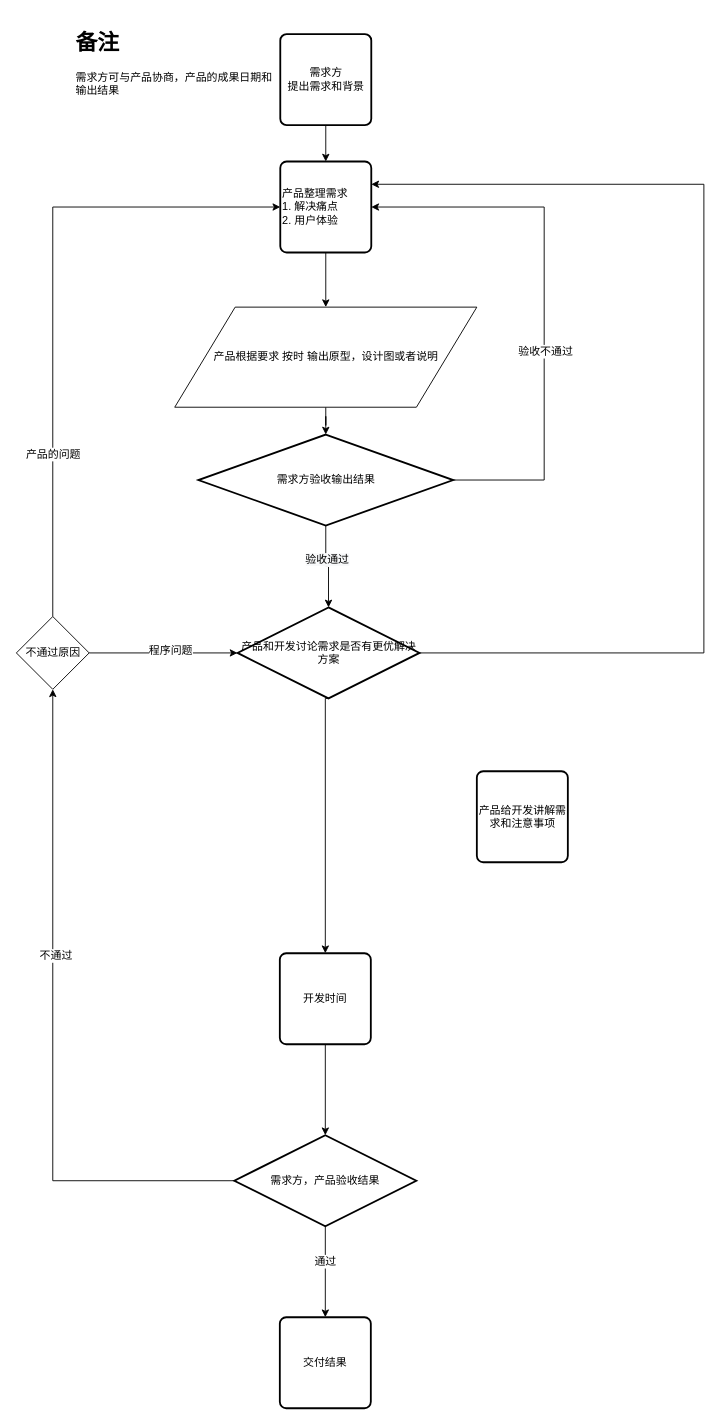
The draw.io diagram IdeaToProduct.drawio in maclxf/ProjectDraw, before the edit. Source tidied: cells renumbered, new cells numbered last; positions are measured from the earlier drawing's top-left corner, leaving out a move shared by most shapes. Both pictures are drawn from the tidied source at 91%, with x=0, y=0 at pixel (15, 25).
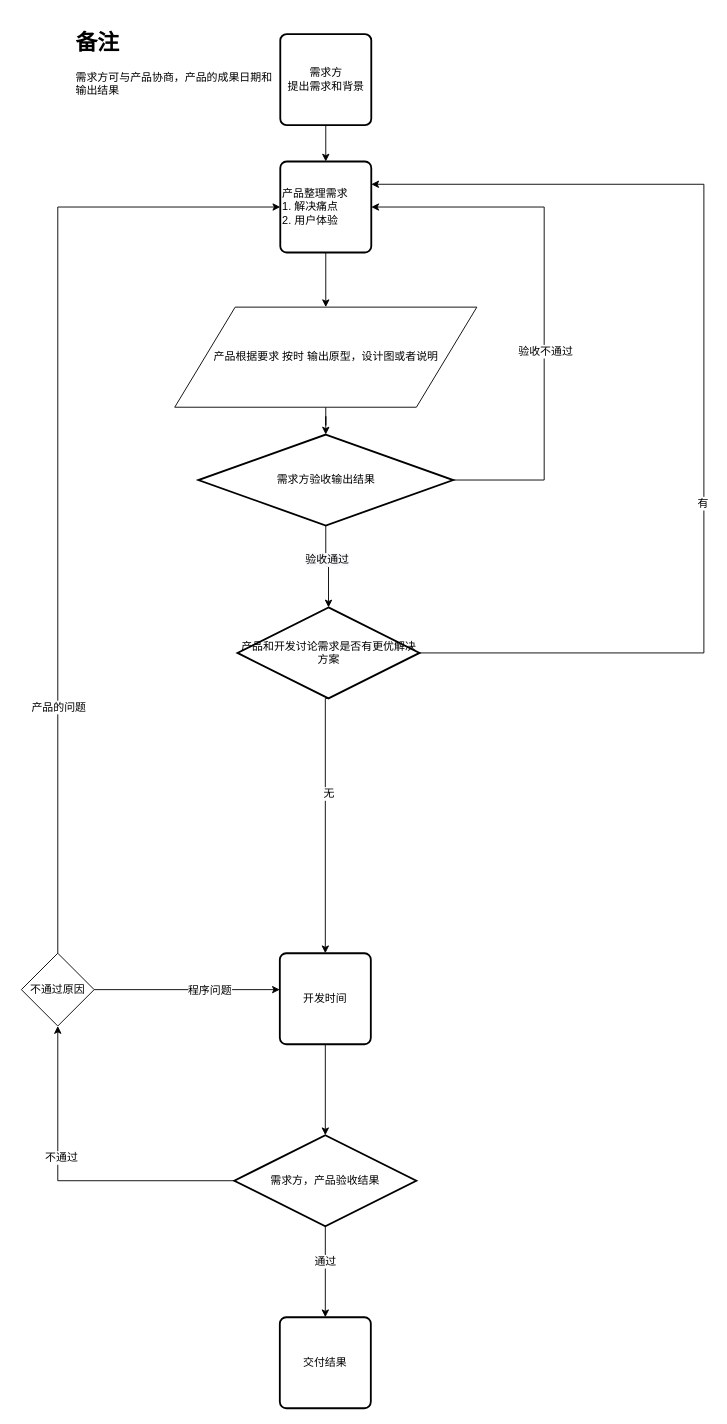
The same page after the edit.

The change refers to these unchanged cells:
```xml
<mxCell id="13" style="edgeStyle=orthogonalEdgeStyle;rounded=0;jettySize=auto;html=1;exitX=0.5;exitY=1;exitDx=0;exitDy=0;exitPerimeter=0;" parent="1" edge="1" source="30" target="15">
  <mxGeometry relative="1" as="geometry">
    <Array as="points">
      <mxPoint x="340" y="740" />
    </Array>
  </mxGeometry>
</mxCell>
<mxCell id="15" value="开发时间" style="rounded=1;whiteSpace=wrap;html=1;absoluteArcSize=1;arcSize=14;strokeWidth=2;shadow=0;comic=0;" parent="1" vertex="1">
  <mxGeometry x="290" y="1020" width="100" height="100" as="geometry" />
</mxCell>
<mxCell id="29" style="edgeStyle=orthogonalEdgeStyle;rounded=0;jettySize=auto;html=1;entryX=1;entryY=0.25;entryDx=0;entryDy=0;" parent="1" edge="1" source="30" target="5">
  <mxGeometry relative="1" as="geometry">
    <Array as="points">
      <mxPoint x="756" y="690" />
      <mxPoint x="756" y="175" />
    </Array>
  </mxGeometry>
</mxCell>
<mxCell id="30" value="产品和开发讨论需求是否有更优解决方案" style="strokeWidth=2;html=1;shape=mxgraph.flowchart.decision;whiteSpace=wrap;shadow=0;comic=0;" parent="1" vertex="1">
  <mxGeometry x="243.5" y="640" width="200" height="100" as="geometry" />
</mxCell>
```

The edit, as a diff of the source:
```diff
@@
+    <mxCell id="31" value="无" style="text;html=1;align=center;verticalAlign=middle;labelBackgroundColor=#ffffff;" parent="13" vertex="1">
+      <mxGeometry x="-0.24" y="3" relative="1" as="geometry" />
+    </mxCell>
@@
-    <mxCell id="23" style="edgeStyle=orthogonalEdgeStyle;rounded=0;jettySize=auto;html=1;exitX=1;exitY=0.5;exitDx=0;exitDy=0;entryX=0;entryY=0.5;entryDx=0;entryDy=0;entryPerimeter=0;" parent="1" edge="1" source="27" target="30">
-      <mxGeometry relative="1" as="geometry">
-        <Array as="points">
-          <mxPoint x="81" y="690" />
-        </Array>
-      </mxGeometry>
-    </mxCell>
-    <mxCell id="24" value="程序问题" style="text;html=1;align=center;verticalAlign=middle;labelBackgroundColor=#ffffff;" parent="23" vertex="1">
-      <mxGeometry x="0.09" y="3" relative="1" as="geometry" />
-    </mxCell>
@@
+    <mxCell id="32" style="edgeStyle=orthogonalEdgeStyle;rounded=0;jettySize=auto;html=1;" parent="1" edge="1" source="27" target="15">
+      <mxGeometry relative="1" as="geometry">
+        <Array as="points">
+          <mxPoint x="236" y="1060" />
+          <mxPoint x="236" y="1060" />
+        </Array>
+      </mxGeometry>
+    </mxCell>
+    <mxCell id="24" value="程序问题" style="text;html=1;align=center;verticalAlign=middle;labelBackgroundColor=#ffffff;" parent="32" vertex="1">
+      <mxGeometry x="0.47" y="-24" relative="1" as="geometry">
+        <mxPoint x="-24" y="-24" as="offset" />
+      </mxGeometry>
+    </mxCell>
     <mxCell id="27" value="不通过原因" style="rhombus;whiteSpace=wrap;html=1;shadow=0;comic=0;" parent="1" vertex="1">
-      <mxGeometry x="0.5" y="650" width="80" height="80" as="geometry" />
+      <mxGeometry x="6" y="1020" width="80" height="80" as="geometry" />
     </mxCell>
-    <mxCell id="28" value="产品给开发讲解需求和注意事项" style="rounded=1;whiteSpace=wrap;html=1;absoluteArcSize=1;arcSize=14;strokeWidth=2;shadow=0;comic=0;" parent="1" vertex="1">
-      <mxGeometry x="506.5" y="820" width="100" height="100" as="geometry" />
-    </mxCell>
@@
+    <mxCell id="33" value="有" style="text;html=1;align=center;verticalAlign=middle;labelBackgroundColor=#ffffff;" parent="29" vertex="1">
+      <mxGeometry x="-0.48" y="165" relative="1" as="geometry">
+        <mxPoint x="1" as="offset" />
+      </mxGeometry>
+    </mxCell>
```
